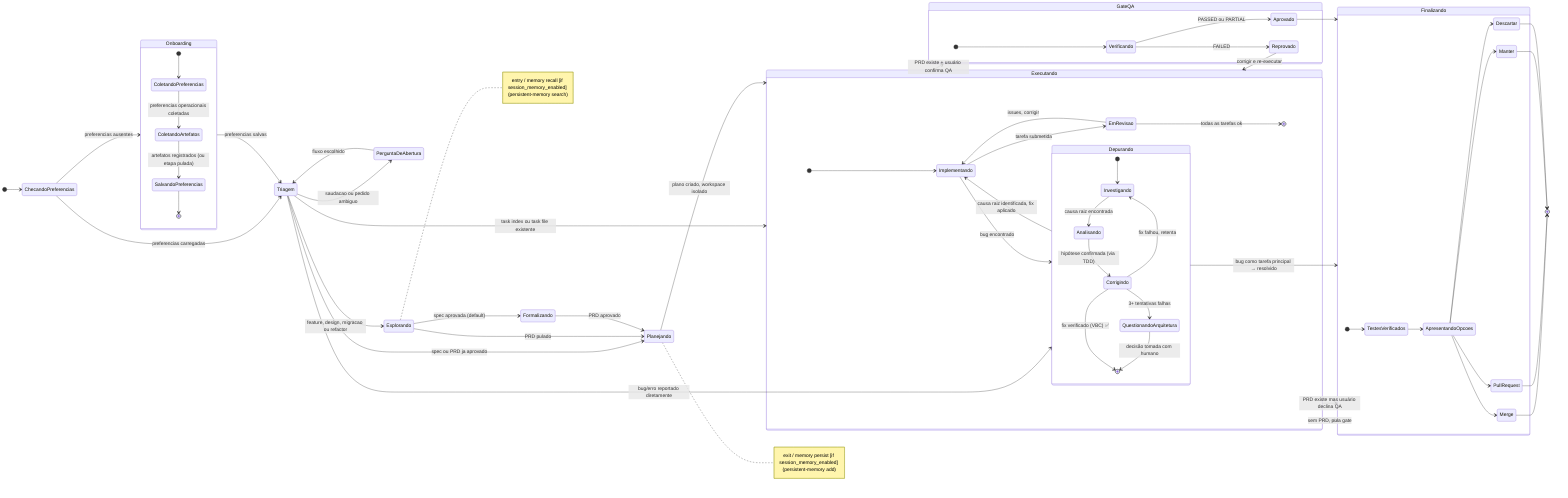
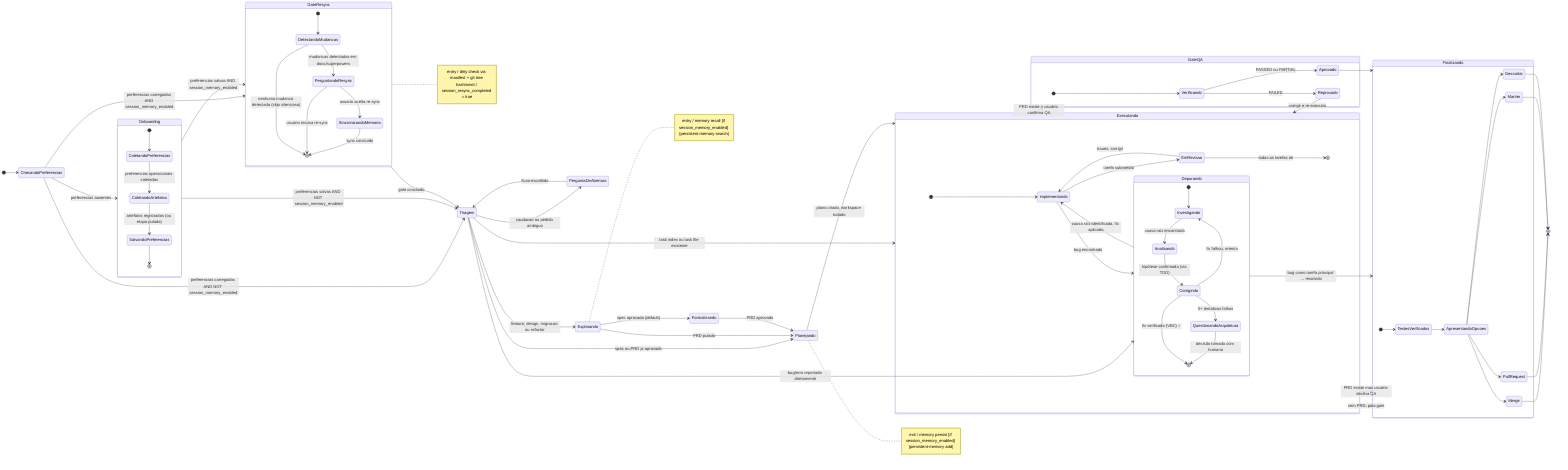
stateDiagram-v2
    direction LR

    [*] --> ChecandoPreferencias
    ChecandoPreferencias --> Onboarding : preferencias ausentes
-     ChecandoPreferencias --> Triagem : preferencias carregadas
-     Onboarding --> Triagem : preferencias salvas
+     ChecandoPreferencias --> GateResync : preferencias carregadas AND session_memory_enabled
+     ChecandoPreferencias --> Triagem : preferencias carregadas AND NOT session_memory_enabled
+     Onboarding --> GateResync : preferencias salvas AND session_memory_enabled
+     Onboarding --> Triagem : preferencias salvas AND NOT session_memory_enabled

    state Onboarding {
        direction TB
        [*] --> ColetandoPreferencias
        ColetandoPreferencias --> ColetandoArtefatos : preferencias operacionais coletadas
        ColetandoArtefatos --> SalvandoPreferencias : artefatos registrados (ou etapa pulada)
        SalvandoPreferencias --> [*]
    }
+ 
+     state GateResync {
+         direction TB
+         [*] --> DetectandoMudancas
+         DetectandoMudancas --> [*] : nenhuma mudanca detectada (skip silencioso)
+         DetectandoMudancas --> PerguntandoResync : mudancas detectadas em docs/superpowers
+         PerguntandoResync --> SincronizandoMemoria : usuario aceita re-sync
+         PerguntandoResync --> [*] : usuario recusa re-sync
+         SincronizandoMemoria --> [*] : sync concluido
+     }
+     note right of GateResync : entry / dirty check via manifest + git tree hash\nexit / session_resync_completed = true
+ 
+     GateResync --> Triagem : gate concluido

    Triagem --> PerguntaDeAbertura : saudacao ou pedido ambiguo
    PerguntaDeAbertura --> Triagem : fluxo escolhido
    Triagem --> Explorando : feature, design, migracao ou refactor
    Triagem --> Depurando : bug/erro reportado diretamente
    Triagem --> Planejando : spec ou PRD ja aprovado
    Triagem --> Executando : task index ou task file existente

    Explorando --> Formalizando : spec aprovada (default)
    Explorando --> Planejando : PRD pulado
    note right of Explorando : entry / memory recall [if session_memory_enabled] (persistent-memory search)

    Formalizando --> Planejando : PRD aprovado

    Planejando --> Executando : plano criado, workspace isolado
    note right of Planejando : exit / memory persist [if session_memory_enabled] (persistent-memory add)

    state Executando {
        direction TB
        [*] --> Implementando
        Implementando --> EmRevisao : tarefa submetida
        EmRevisao --> Implementando : issues, corrigir
        EmRevisao --> [*] : todas as tarefas ok
        Implementando --> Depurando : bug encontrado
        Depurando --> Implementando : causa raiz identificada, fix aplicado
    }

    state Depurando {
        direction TB
        [*] --> Investigando
        Investigando --> Analisando : causa raiz encontrada
        Analisando --> Corrigindo : hipótese confirmada (via TDD)
        Corrigindo --> [*] : fix verificado (VBC) ✅
        Corrigindo --> Investigando : fix falhou, retenta
        Corrigindo --> QuestionandoArquitetura : 3+ tentativas falhas
        QuestionandoArquitetura --> [*] : decisão tomada com humano
    }

    Executando --> GateQA : PRD existe + usuário confirma QA
    Executando --> Finalizando : sem PRD, pula gate
    Executando --> Finalizando : PRD existe mas usuário declina QA

    Depurando --> Finalizando : bug como tarefa principal → resolvido

    state GateQA {
        direction TB
        [*] --> Verificando
        Verificando --> Aprovado : PASSED ou PARTIAL
        Verificando --> Reprovado : FAILED
    }

    Aprovado --> Finalizando
    Reprovado --> Executando : corrigir e re-executar

    state Finalizando {
        direction TB
        [*] --> TestesVerificados
        TestesVerificados --> ApresentandoOpcoes
        ApresentandoOpcoes --> Merge
        ApresentandoOpcoes --> PullRequest
        ApresentandoOpcoes --> Manter
        ApresentandoOpcoes --> Descartar
    }

    Merge --> [*]
    PullRequest --> [*]
    Manter --> [*]
    Descartar --> [*]
